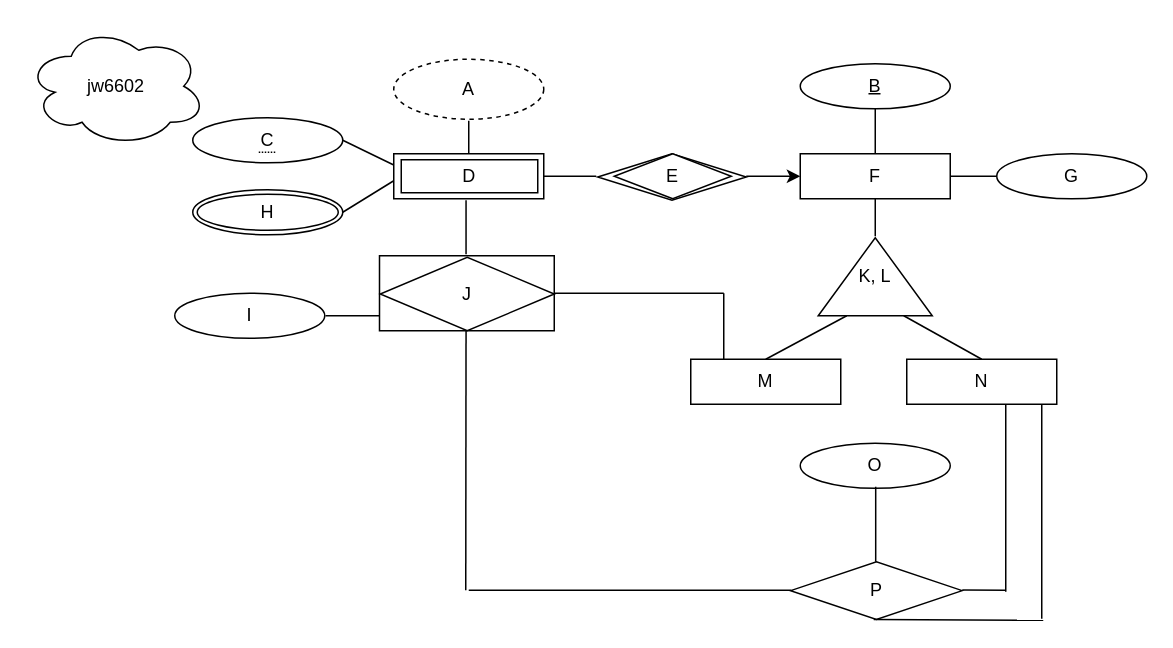
Earlier version of the draw.io diagram Assignment01/ER01.drawio (huwwwww/CSCI-GA-2433-HW). Source tidied: cells renumbered, new cells numbered last; positions are measured from the earlier drawing's top-left corner, leaving out a move shared by most shapes. Both pictures are drawn from the tidied source at 150%, with x=0, y=0 at pixel (26, 26).
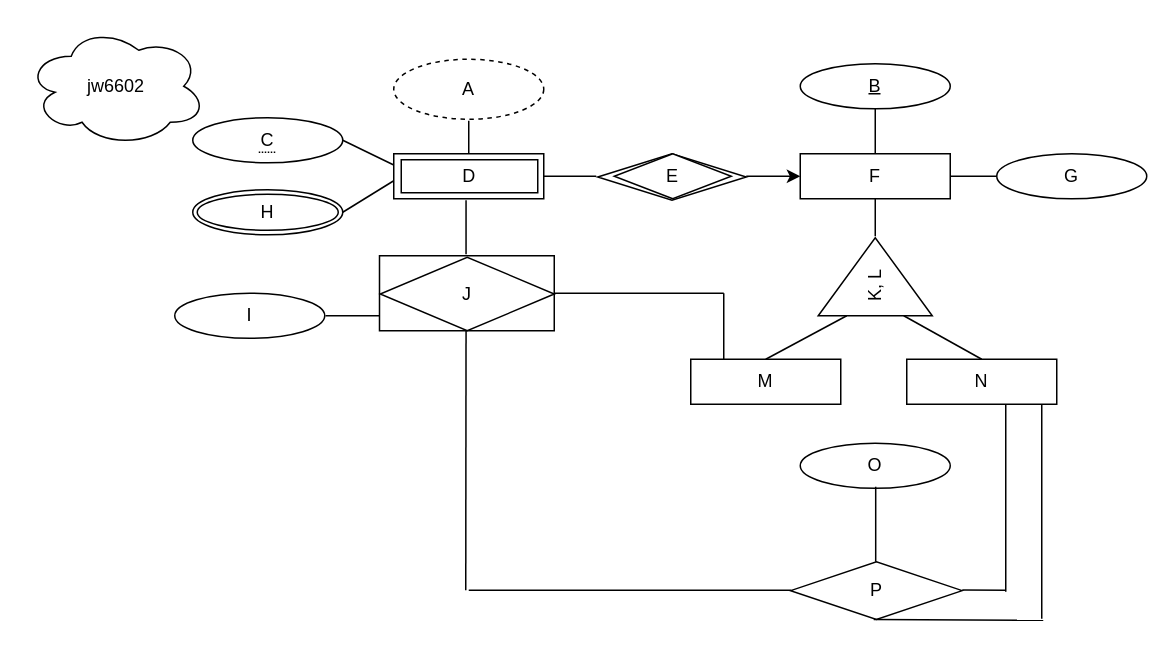
Above is the later version.

The edit, as a diff of the source:
```diff
@@
-    <mxCell id="19" value="K, L" style="triangle;whiteSpace=wrap;html=1;direction=north;rotation=0;" parent="1" vertex="1">
+    <mxCell id="19" style="triangle;whiteSpace=wrap;html=1;direction=north;rotation=0;" parent="1" vertex="1">
       <mxGeometry x="528" y="141" width="76" height="52" as="geometry" />
     </mxCell>
@@
+    <mxCell id="44" value="K, L" style="text;html=1;strokeColor=none;fillColor=none;align=center;verticalAlign=middle;whiteSpace=wrap;rounded=0;rotation=270;" parent="1" vertex="1">
+      <mxGeometry x="546" y="163" width="40" height="20" as="geometry" />
+    </mxCell>
```
